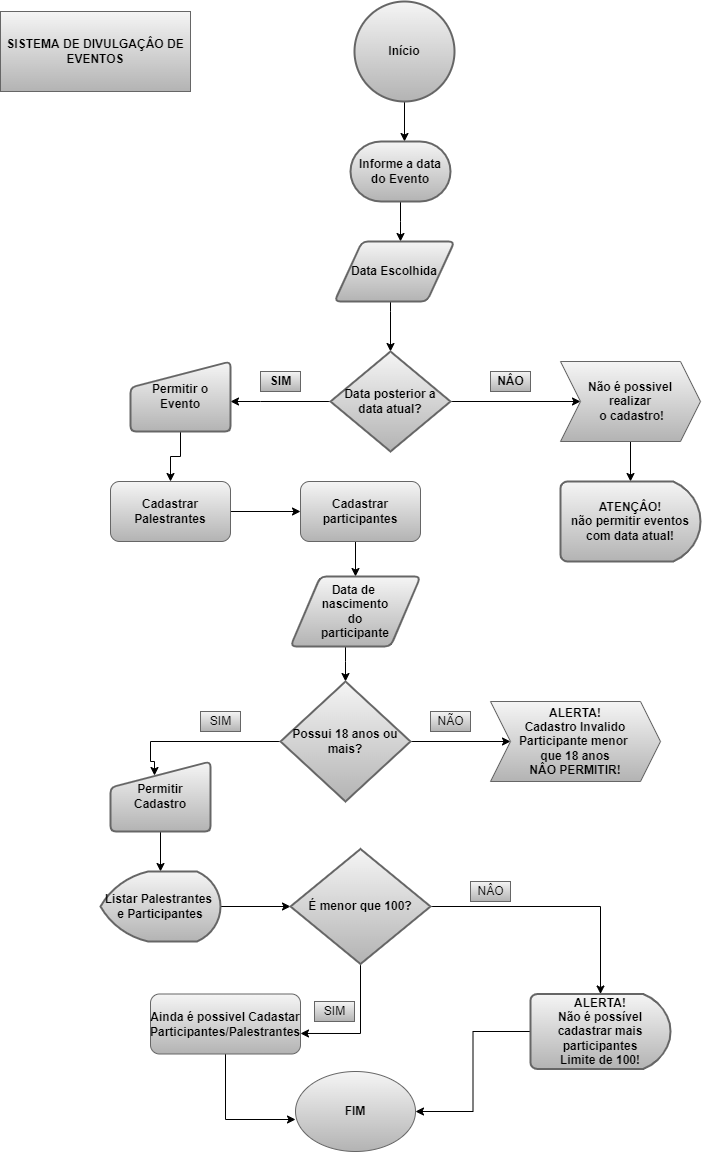
This is Untitled Diagram.drawio.png from rafkastelic/Atividade1-UC8, a draw.io export, as it was before one commit. Source tidied: cells renumbered, new cells last; positions are measured from the earlier drawing's top-left corner, leaving out a move shared by most shapes.
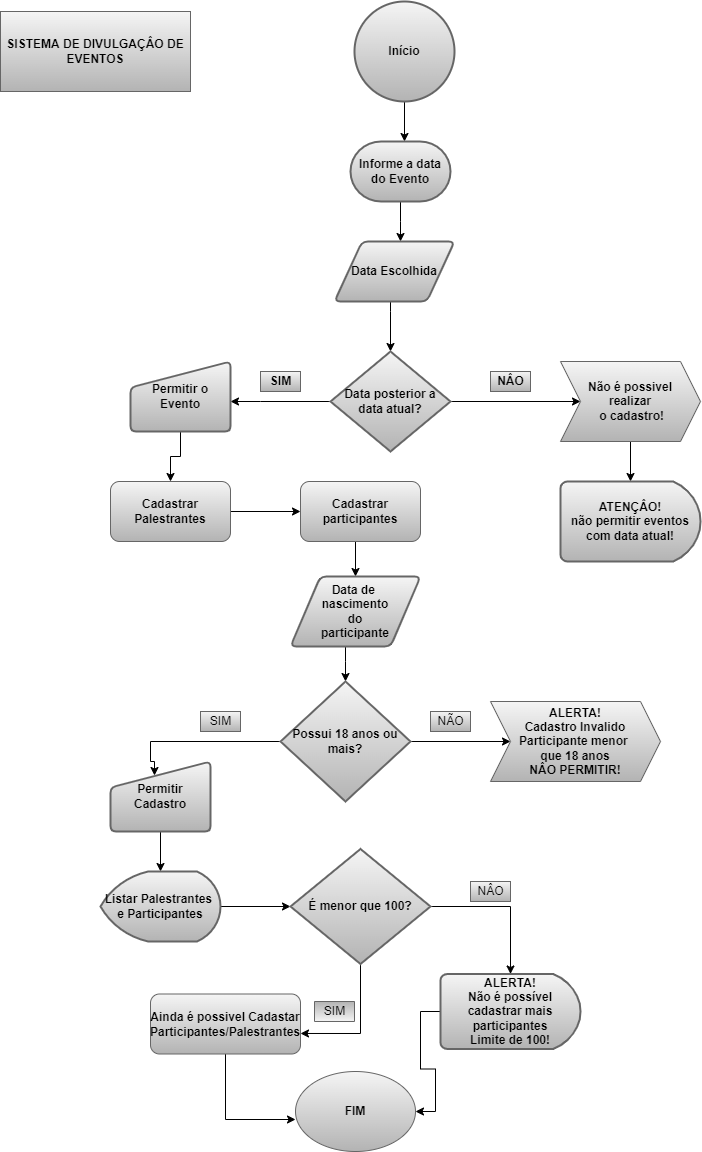
The same file after the commit.

Diff of the diagram source:
```diff
@@ -137,7 +137,7 @@
       <mxGeometry relative="1" as="geometry" />
     </mxCell>
     <mxCell id="35" value="&lt;b&gt;ALERTA!&lt;br&gt;Não é possível cadastrar mais participantes&lt;br&gt;Limite de 100!&lt;/b&gt;" style="strokeWidth=2;html=1;shape=mxgraph.flowchart.delay;whiteSpace=wrap;fillColor=#f5f5f5;gradientColor=#b3b3b3;strokeColor=#666666;" parent="1" vertex="1">
-      <mxGeometry x="530" y="992.5" width="140" height="75" as="geometry" />
+      <mxGeometry x="440" y="972.5" width="140" height="75" as="geometry" />
     </mxCell>
     <mxCell id="36" style="edgeStyle=orthogonalEdgeStyle;rounded=0;jettySize=auto;html=1;entryX=0;entryY=0.6;entryDx=0;entryDy=0;entryPerimeter=0;" parent="1" edge="1" source="37" target="38">
       <mxGeometry relative="1" as="geometry" />
@@ -160,7 +160,7 @@
     <mxCell id="42" value="NÃO" style="text;html=1;align=center;verticalAlign=middle;strokeColor=#666666;fillColor=#f5f5f5;gradientColor=#b3b3b3;" parent="1" vertex="1">
       <mxGeometry x="430" y="710" width="40" height="20" as="geometry" />
     </mxCell>
-    <mxCell id="43" value="SIM" style="text;html=1;align=center;verticalAlign=middle;strokeColor=#666666;fillColor=#f5f5f5;gradientColor=#b3b3b3;" parent="1" vertex="1">
+    <mxCell id="43" value="SIM" style="text;html=1;align=center;verticalAlign=middle;strokeColor=#666666;fillColor=#f5f5f5;gradientColor=#b3b3b3;direction=west;" parent="1" vertex="1">
       <mxGeometry x="314" y="1000" width="40" height="20" as="geometry" />
     </mxCell>
     <mxCell id="44" value="NÂO" style="text;html=1;align=center;verticalAlign=middle;strokeColor=#666666;fillColor=#f5f5f5;gradientColor=#b3b3b3;" parent="1" vertex="1">
```
